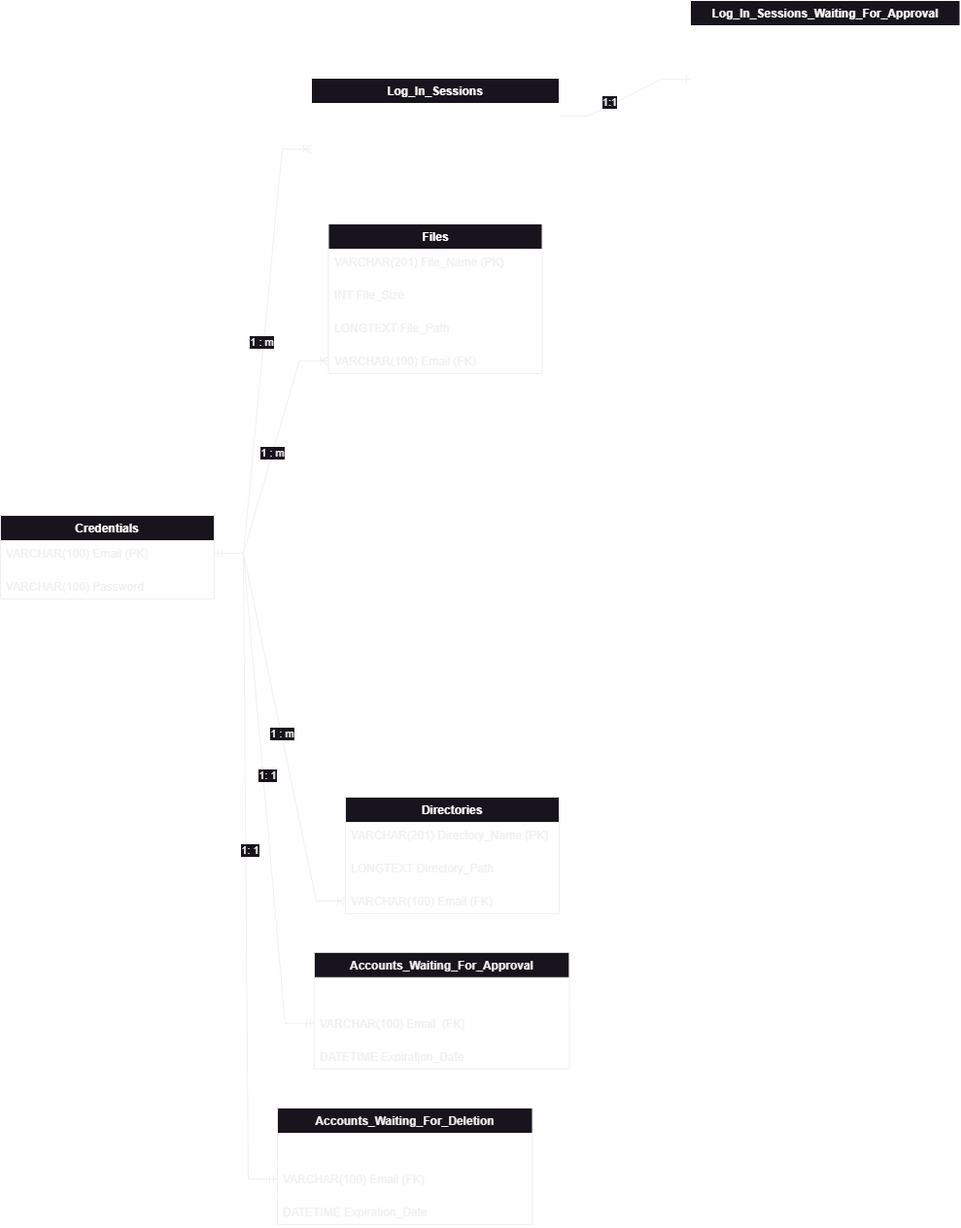
Above: ThethaFTP_DB.png in CSharpTeoMan911/ThetaFTP (draw.io), before the change. Source tidied: cells renumbered, new cells last; positions are measured from the earlier drawing's top-left corner, leaving out a move shared by most shapes.
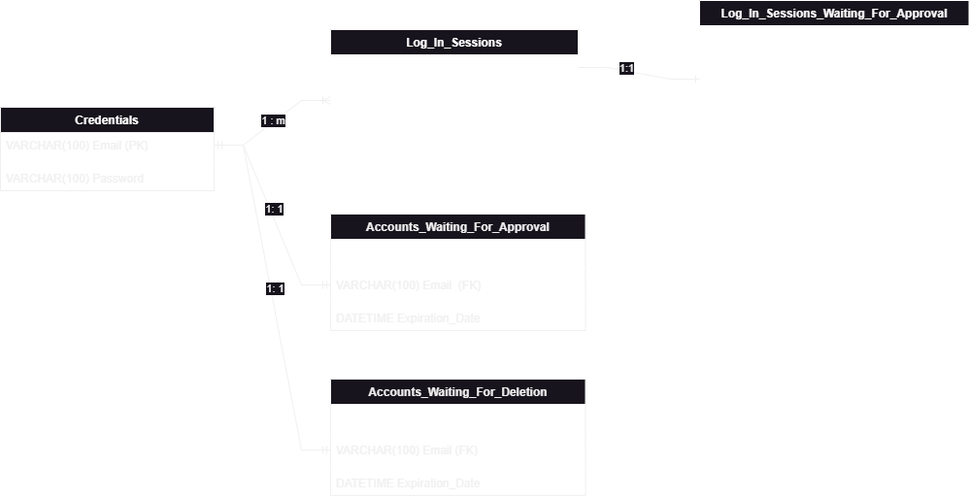
Later version of the same file.

Commit message:
* REFACTORED DATABASE MODEL DIAGRAM

What changed in the source:
```diff
@@ -3,7 +3,7 @@
     <mxCell id="0" />
     <mxCell id="1" parent="0" />
     <mxCell id="2" value="&lt;font color=&quot;#ffffff&quot;&gt;Log_In_Sessions&lt;/font&gt;" style="swimlane;fontStyle=1;align=center;verticalAlign=top;horizontal=1;startSize=26;whiteSpace=wrap;html=1;strokeColor=#FFFFFF;" parent="1" vertex="1">
-      <mxGeometry x="320" y="80" width="255" height="120" as="geometry" />
+      <mxGeometry x="340" y="450" width="255" height="120" as="geometry" />
     </mxCell>
     <mxCell id="3" value="VARCHAR(100) Log_In_Session_Key (PK)&amp;nbsp;" style="text;strokeColor=none;fillColor=none;align=left;verticalAlign=top;spacingLeft=4;spacingRight=4;overflow=hidden;points=[[0,0.5],[1,0.5]];portConstraint=eastwest;whiteSpace=wrap;html=1;fontColor=#FFFFFF;" parent="2" vertex="1">
       <mxGeometry y="26" width="255" height="26" as="geometry" />
@@ -21,7 +21,7 @@
       <mxGeometry y="94" width="255" height="26" as="geometry" />
     </mxCell>
     <mxCell id="8" value="Accounts_Waiting_For_Approval" style="swimlane;fontStyle=1;align=center;verticalAlign=top;horizontal=1;startSize=26;whiteSpace=wrap;html=1;" parent="1" vertex="1">
-      <mxGeometry x="322.9" y="979.8" width="262.5" height="120" as="geometry" />
+      <mxGeometry x="340" y="640" width="262.5" height="120" as="geometry" />
     </mxCell>
     <mxCell id="9" value="VARCHAR(100) Account_Validation_Code (PK)" style="text;strokeColor=none;fillColor=none;align=left;verticalAlign=top;spacingLeft=4;spacingRight=4;overflow=hidden;whiteSpace=wrap;html=1;fontColor=#FFFFFF;" parent="8" vertex="1">
       <mxGeometry y="26" width="262.5" height="26" as="geometry" />
@@ -38,42 +38,12 @@
     <mxCell id="13" value="DATETIME Expiration_Date" style="text;strokeColor=none;fillColor=none;align=left;verticalAlign=top;spacingLeft=4;spacingRight=4;overflow=hidden;whiteSpace=wrap;html=1;" parent="8" vertex="1">
       <mxGeometry y="94" width="262.5" height="26" as="geometry" />
     </mxCell>
-    <mxCell id="14" value="&lt;font color=&quot;#ffffff&quot;&gt;Files&lt;/font&gt;" style="swimlane;fontStyle=1;align=center;verticalAlign=top;horizontal=1;startSize=26;whiteSpace=wrap;html=1;" parent="1" vertex="1">
-      <mxGeometry x="337.5" y="230" width="220" height="154" as="geometry" />
-    </mxCell>
-    <mxCell id="15" value="VARCHAR(201) File_Name (PK)" style="text;strokeColor=none;fillColor=none;align=left;verticalAlign=top;spacingLeft=4;spacingRight=4;overflow=hidden;whiteSpace=wrap;html=1;" parent="14" vertex="1">
-      <mxGeometry y="26" width="220" height="26" as="geometry" />
-    </mxCell>
-    <mxCell id="16" style="line;strokeWidth=1;fillColor=none;align=left;verticalAlign=middle;spacingTop=-1;spacingLeft=3;spacingRight=3;labelPosition=right;strokeColor=#FFFFFF;" parent="14" vertex="1">
-      <mxGeometry y="52" width="220" height="8" as="geometry" />
-    </mxCell>
-    <mxCell id="17" value="INT File_Size" style="text;strokeColor=none;fillColor=none;align=left;verticalAlign=top;spacingLeft=4;spacingRight=4;overflow=hidden;whiteSpace=wrap;html=1;" parent="14" vertex="1">
-      <mxGeometry y="60" width="220" height="26" as="geometry" />
-    </mxCell>
-    <mxCell id="18" style="line;strokeWidth=1;fillColor=none;align=left;verticalAlign=middle;spacingTop=-1;spacingLeft=3;spacingRight=3;labelPosition=right;strokeColor=#FFFFFF;" parent="14" vertex="1">
-      <mxGeometry y="86" width="220" height="8" as="geometry" />
-    </mxCell>
-    <mxCell id="19" value="LONGTEXT File_Path&amp;nbsp;" style="text;strokeColor=none;fillColor=none;align=left;verticalAlign=top;spacingLeft=4;spacingRight=4;overflow=hidden;whiteSpace=wrap;html=1;" parent="14" vertex="1">
-      <mxGeometry y="94" width="220" height="26" as="geometry" />
-    </mxCell>
-    <mxCell id="20" style="line;strokeWidth=1;fillColor=none;align=left;verticalAlign=middle;spacingTop=-1;spacingLeft=3;spacingRight=3;labelPosition=right;strokeColor=#FFFFFF;" parent="14" vertex="1">
-      <mxGeometry y="120" width="220" height="8" as="geometry" />
-    </mxCell>
-    <mxCell id="21" value="VARCHAR(100) Email (FK)" style="text;strokeColor=none;fillColor=none;align=left;verticalAlign=top;spacingLeft=4;spacingRight=4;overflow=hidden;points=[[0,0.5],[1,0.5]];portConstraint=eastwest;whiteSpace=wrap;html=1;" parent="14" vertex="1">
-      <mxGeometry y="128" width="220" height="26" as="geometry" />
-    </mxCell>
     <mxCell id="22" style="edgeStyle=entityRelationEdgeStyle;fontSize=12;html=1;endArrow=ERmandOne;startArrow=ERmandOne;rounded=0;entryX=0;entryY=0.5;entryDx=0;entryDy=0;exitX=1;exitY=0.5;exitDx=0;exitDy=0;" parent="1" edge="1" source="29" target="11">
       <mxGeometry relative="1" as="geometry" />
     </mxCell>
     <mxCell id="23" value="1: 1" style="edgeLabel;html=1;align=center;verticalAlign=middle;" parent="22" vertex="1">
       <mxGeometry x="-0.05" y="4" relative="1" as="geometry" />
     </mxCell>
-    <mxCell id="24" style="edgeStyle=entityRelationEdgeStyle;fontSize=12;html=1;endArrow=ERoneToMany;rounded=0;exitX=1;exitY=0.5;exitDx=0;exitDy=0;entryX=0;entryY=0.5;entryDx=0;entryDy=0;" parent="1" edge="1" source="29" target="21">
-      <mxGeometry relative="1" as="geometry" />
-    </mxCell>
-    <mxCell id="25" value="1 : m" style="edgeLabel;html=1;align=center;verticalAlign=middle;" parent="24" vertex="1">
-      <mxGeometry x="0.03" y="1" relative="1" as="geometry" />
-    </mxCell>
     <mxCell id="26" style="edgeStyle=entityRelationEdgeStyle;fontSize=12;html=1;endArrow=ERoneToMany;rounded=0;exitX=1;exitY=0.5;exitDx=0;exitDy=0;entryX=0;entryY=0.5;entryDx=0;entryDy=0;strokeColor=default;" parent="1" edge="1" source="29" target="5">
       <mxGeometry relative="1" as="geometry" />
     </mxCell>
@@ -93,7 +63,7 @@
       <mxGeometry y="60" width="220" height="26" as="geometry" />
     </mxCell>
     <mxCell id="32" value="&lt;font color=&quot;#ffffff&quot;&gt;Log_In_Sessions_Waiting_For_Approval&lt;/font&gt;" style="swimlane;fontStyle=1;align=center;verticalAlign=top;horizontal=1;startSize=26;whiteSpace=wrap;html=1;strokeColor=#FFFFFF;" parent="1" vertex="1">
-      <mxGeometry x="710" width="277.5" height="128" as="geometry" />
+      <mxGeometry x="720" y="420" width="277.5" height="128" as="geometry" />
     </mxCell>
     <mxCell id="33" style="line;strokeWidth=1;fillColor=none;align=left;verticalAlign=middle;spacingTop=-1;spacingLeft=3;spacingRight=3;labelPosition=right;strokeColor=#FFFFFF;" parent="32" vertex="1">
       <mxGeometry y="26" width="277.5" height="8" as="geometry" />
@@ -125,32 +95,8 @@
     <mxCell id="40" value="1:1" style="edgeLabel;html=1;align=center;verticalAlign=middle;" parent="39" vertex="1">
       <mxGeometry x="-0.22" y="3" relative="1" as="geometry" />
     </mxCell>
-    <mxCell id="41" value="&lt;font color=&quot;#ffffff&quot;&gt;Directories&lt;/font&gt;" style="swimlane;fontStyle=1;align=center;verticalAlign=top;horizontal=1;startSize=26;whiteSpace=wrap;html=1;" parent="1" vertex="1">
-      <mxGeometry x="355" y="820" width="220" height="120" as="geometry" />
-    </mxCell>
-    <mxCell id="42" value="VARCHAR(201) Directory_Name (PK)" style="text;strokeColor=none;fillColor=none;align=left;verticalAlign=top;spacingLeft=4;spacingRight=4;overflow=hidden;whiteSpace=wrap;html=1;" parent="41" vertex="1">
-      <mxGeometry y="26" width="220" height="26" as="geometry" />
-    </mxCell>
-    <mxCell id="43" style="line;strokeWidth=1;fillColor=none;align=left;verticalAlign=middle;spacingTop=-1;spacingLeft=3;spacingRight=3;labelPosition=right;strokeColor=#FFFFFF;" parent="41" vertex="1">
-      <mxGeometry y="52" width="220" height="8" as="geometry" />
-    </mxCell>
-    <mxCell id="44" value="LONGTEXT Directory_Path" style="text;strokeColor=none;fillColor=none;align=left;verticalAlign=top;spacingLeft=4;spacingRight=4;overflow=hidden;whiteSpace=wrap;html=1;" parent="41" vertex="1">
-      <mxGeometry y="60" width="220" height="26" as="geometry" />
-    </mxCell>
-    <mxCell id="45" style="line;strokeWidth=1;fillColor=none;align=left;verticalAlign=middle;spacingTop=-1;spacingLeft=3;spacingRight=3;labelPosition=right;strokeColor=#FFFFFF;" parent="41" vertex="1">
-      <mxGeometry y="86" width="220" height="8" as="geometry" />
-    </mxCell>
-    <mxCell id="46" value="VARCHAR(100) Email (FK)" style="text;strokeColor=none;fillColor=none;align=left;verticalAlign=top;spacingLeft=4;spacingRight=4;overflow=hidden;points=[[0,0.5],[1,0.5]];portConstraint=eastwest;whiteSpace=wrap;html=1;" parent="41" vertex="1">
-      <mxGeometry y="94" width="220" height="26" as="geometry" />
-    </mxCell>
-    <mxCell id="47" style="edgeStyle=entityRelationEdgeStyle;fontSize=12;html=1;endArrow=ERoneToMany;rounded=0;exitX=1;exitY=0.5;exitDx=0;exitDy=0;" parent="1" edge="1" source="29" target="46">
-      <mxGeometry relative="1" as="geometry" />
-    </mxCell>
-    <mxCell id="48" value="1 : m" style="edgeLabel;html=1;align=center;verticalAlign=middle;" parent="47" vertex="1">
-      <mxGeometry x="0.03" y="1" relative="1" as="geometry" />
-    </mxCell>
     <mxCell id="49" value="Accounts_Waiting_For_Deletion" style="swimlane;fontStyle=1;align=center;verticalAlign=top;horizontal=1;startSize=26;whiteSpace=wrap;html=1;" parent="1" vertex="1">
-      <mxGeometry x="285" y="1140" width="262.5" height="120" as="geometry" />
+      <mxGeometry x="340" y="810" width="262.5" height="120" as="geometry" />
     </mxCell>
     <mxCell id="50" value="VARCHAR(100) Account_Deletion_Code (PK)" style="text;strokeColor=none;fillColor=none;align=left;verticalAlign=top;spacingLeft=4;spacingRight=4;overflow=hidden;whiteSpace=wrap;html=1;fontColor=#FFFFFF;" parent="49" vertex="1">
       <mxGeometry y="26" width="262.5" height="26" as="geometry" />
```
